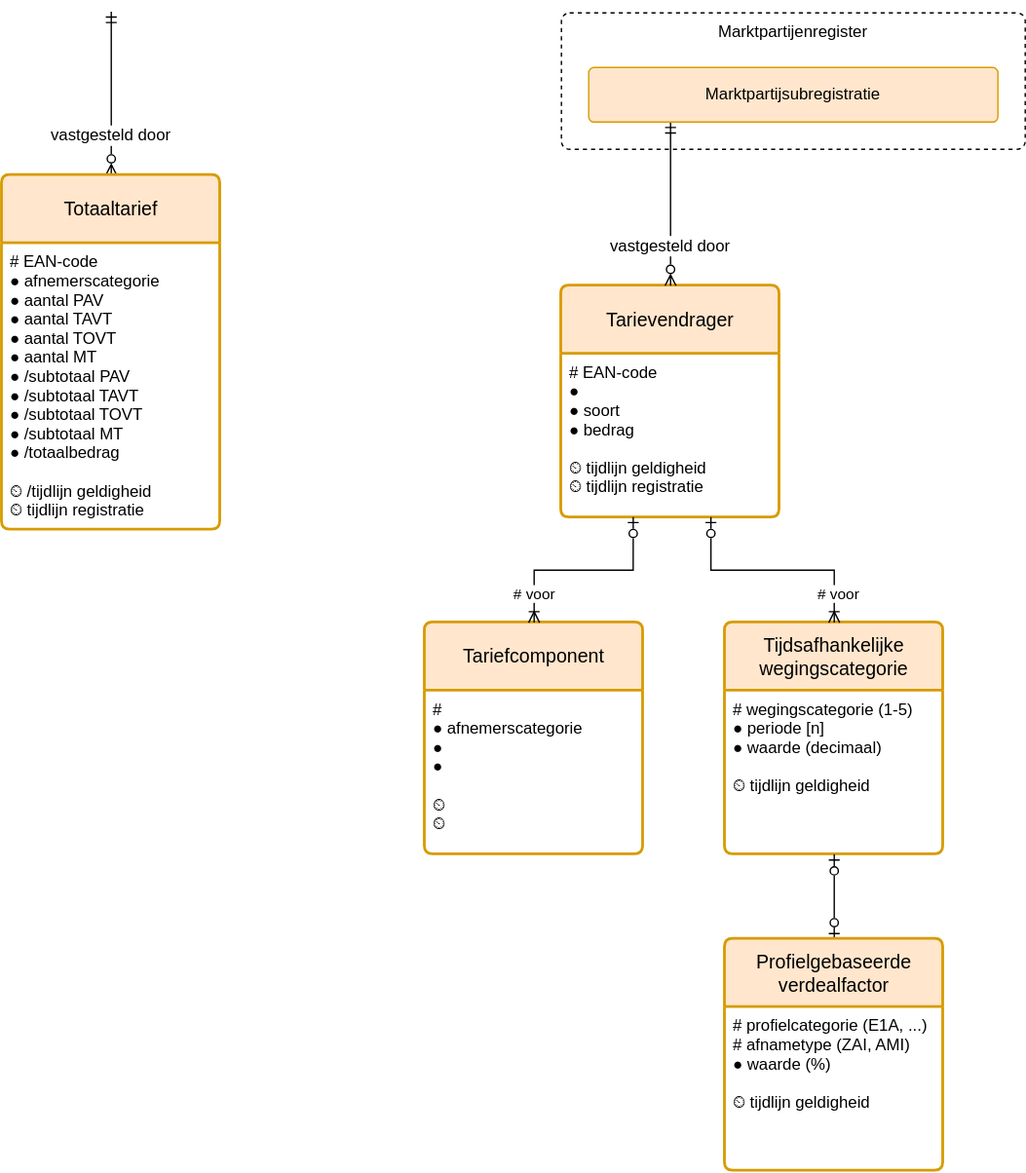
Netbeheer-Nederland/stelsel keeps this draw.io diagram as registers/tarievenregister/1.0/tarievenregister.drawio.svg. Above is the earlier version. Source tidied: cells renumbered, new cells last; positions are measured from the earlier drawing's top-left corner, leaving out a move shared by most shapes.
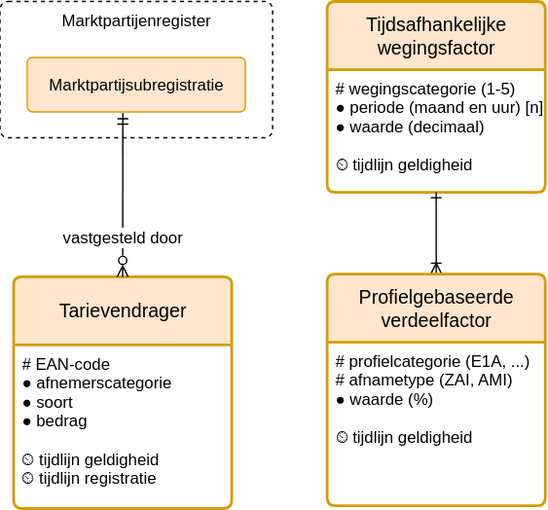
Later version of the same file.

Diff of the diagram source:
```diff
@@ -3,62 +3,33 @@
     <mxCell id="0" />
     <mxCell id="1" parent="0" />
     <mxCell id="2" value="Marktpartijenregister" style="rounded=1;whiteSpace=wrap;verticalAlign=top;sketch=0;fontSize=12;dashed=1;arcSize=12;absoluteArcSize=1;" parent="1" vertex="1">
-      <mxGeometry x="410" y="1" width="340" height="100" as="geometry" />
+      <mxGeometry x="410" width="200" height="100" as="geometry" />
     </mxCell>
-    <mxCell id="3" value="vastgesteld door" style="fontSize=12;endArrow=ERmandOne;startArrow=ERzeroToMany;rounded=0;startFill=0;endFill=0;verticalAlign=middle;strokeColor=default;labelBackgroundColor=default;fontColor=default;align=center;edgeStyle=elbowEdgeStyle;exitX=0.5;exitY=0;exitDx=0;exitDy=0;" parent="1" edge="1" source="6">
-      <mxGeometry x="-0.5" relative="1" as="geometry">
-        <mxPoint x="80" as="targetPoint" />
-      </mxGeometry>
-    </mxCell>
     <mxCell id="4" value="Tarievendrager" style="swimlane;horizontal=1;startSize=50;rounded=1;fontSize=14;fontStyle=0;strokeWidth=2;shadow=0;dashed=0;align=center;fillColor=#ffe6cc;strokeColor=#d79b00;arcSize=4;whiteSpace=wrap;" parent="1" vertex="1">
-      <mxGeometry x="410" y="201" width="160" height="170" as="geometry" />
+      <mxGeometry x="420" y="202" width="160" height="170" as="geometry" />
     </mxCell>
-    <mxCell id="5" value="# EAN-code&#10;● &#10;● soort&#10;● bedrag&#10;&#10;⏲ tijdlijn geldigheid&#10;⏲ tijdlijn registratie" style="align=left;strokeColor=none;fillColor=none;spacingLeft=4;fontSize=12;verticalAlign=top;" parent="4" vertex="1">
+    <mxCell id="5" value="# EAN-code&#10;● afnemerscategorie&#10;● soort&#10;● bedrag&#10;&#10;⏲ tijdlijn geldigheid&#10;⏲ tijdlijn registratie" style="align=left;strokeColor=none;fillColor=none;spacingLeft=4;fontSize=12;verticalAlign=top;" parent="4" vertex="1">
       <mxGeometry y="50" width="160" height="120" as="geometry" />
     </mxCell>
-    <mxCell id="6" value="Totaaltarief" style="swimlane;horizontal=1;startSize=50;rounded=1;fontSize=14;fontStyle=0;strokeWidth=2;shadow=0;dashed=0;align=center;fillColor=#ffe6cc;strokeColor=#d79b00;arcSize=4;whiteSpace=wrap;" parent="1" vertex="1">
-      <mxGeometry y="120" width="160" height="260" as="geometry" />
-    </mxCell>
-    <mxCell id="7" value="# EAN-code&#10;● afnemerscategorie&#10;● aantal PAV&#10;● aantal TAVT&#10;● aantal TOVT&#10;● aantal MT&#10;● /subtotaal PAV&#10;● /subtotaal TAVT&#10;● /subtotaal TOVT&#10;● /subtotaal MT&#10;● /totaalbedrag&#10;&#10;⏲ /tijdlijn geldigheid&#10;⏲ tijdlijn registratie" style="align=left;strokeColor=none;fillColor=none;spacingLeft=4;fontSize=12;verticalAlign=top;" parent="6" vertex="1">
-      <mxGeometry y="50" width="160" height="210" as="geometry" />
-    </mxCell>
-    <mxCell id="8" value="vastgesteld door" style="fontSize=12;endArrow=ERmandOne;startArrow=ERzeroToMany;rounded=0;startFill=0;endFill=0;verticalAlign=middle;strokeColor=default;labelBackgroundColor=default;fontColor=default;align=center;edgeStyle=elbowEdgeStyle;exitX=0.5;exitY=0;exitDx=0;exitDy=0;" parent="1" edge="1" source="4" target="9">
-      <mxGeometry x="-0.5" relative="1" as="geometry" />
+    <mxCell id="8" value="vastgesteld door" style="fontSize=12;endArrow=ERmandOne;startArrow=ERzeroToMany;rounded=0;startFill=0;endFill=0;verticalAlign=middle;strokeColor=default;labelBackgroundColor=default;fontColor=default;align=center;edgeStyle=elbowEdgeStyle;exitX=0.5;exitY=0;exitDx=0;exitDy=0;" parent="1" edge="1" source="4">
+      <mxGeometry x="-0.5" relative="1" as="geometry">
+        <mxPoint x="500" y="82" as="targetPoint" />
+      </mxGeometry>
     </mxCell>
     <mxCell id="9" value="Marktpartijsubregistratie" style="rounded=1;arcSize=10;whiteSpace=wrap;align=center;fillColor=#ffe6cc;strokeColor=#d79b00;" parent="1" vertex="1">
-      <mxGeometry x="430" y="41" width="300" height="40" as="geometry" />
+      <mxGeometry x="430" y="41" width="160" height="40" as="geometry" />
     </mxCell>
-    <mxCell id="10" value="Tariefcomponent" style="swimlane;horizontal=1;startSize=50;rounded=1;fontSize=14;fontStyle=0;strokeWidth=2;shadow=0;dashed=0;align=center;fillColor=#ffe6cc;strokeColor=#d79b00;arcSize=4;whiteSpace=wrap;" parent="1" vertex="1">
-      <mxGeometry x="310" y="448" width="160" height="170" as="geometry" />
-    </mxCell>
-    <mxCell id="11" value="# &#10;● afnemerscategorie&#10;● &#10;● &#10;&#10;⏲&#10;⏲" style="align=left;strokeColor=none;fillColor=none;spacingLeft=4;fontSize=12;verticalAlign=top;" parent="10" vertex="1">
-      <mxGeometry y="50" width="160" height="120" as="geometry" />
-    </mxCell>
-    <mxCell id="12" value="Tijdsafhankelijke wegingscategorie" style="swimlane;horizontal=1;startSize=50;rounded=1;fontSize=14;fontStyle=0;strokeWidth=2;shadow=0;dashed=0;align=center;fillColor=#ffe6cc;strokeColor=#d79b00;arcSize=4;whiteSpace=wrap;" parent="1" vertex="1">
-      <mxGeometry x="530" y="448" width="160" height="170" as="geometry" />
+    <mxCell id="12" value="Tijdsafhankelijke wegingsfactor" style="swimlane;horizontal=1;startSize=50;rounded=1;fontSize=14;fontStyle=0;strokeWidth=2;shadow=0;dashed=0;align=center;fillColor=#ffe6cc;strokeColor=#d79b00;arcSize=4;whiteSpace=wrap;" parent="1" vertex="1">
+      <mxGeometry x="650" width="160" height="140" as="geometry" />
     </mxCell>
-    <mxCell id="13" value="# wegingscategorie (1-5)&#10;● periode [n]&#10;● waarde (decimaal)&#10;&#10;⏲ tijdlijn geldigheid&#10;" style="align=left;strokeColor=none;fillColor=none;spacingLeft=4;fontSize=12;verticalAlign=top;" parent="12" vertex="1">
-      <mxGeometry y="50" width="160" height="120" as="geometry" />
+    <mxCell id="13" value="# wegingscategorie (1-5)&#10;● periode (maand en uur) [n]&#10;● waarde (decimaal)&#10;&#10;⏲ tijdlijn geldigheid&#10;" style="align=left;strokeColor=none;fillColor=none;spacingLeft=4;fontSize=12;verticalAlign=top;" parent="12" vertex="1">
+      <mxGeometry y="50" width="160" height="90" as="geometry" />
     </mxCell>
-    <mxCell id="14" style="edgeStyle=orthogonalEdgeStyle;rounded=0;jettySize=auto;html=1;entryX=0.685;entryY=0.997;entryDx=0;entryDy=0;entryPerimeter=0;endArrow=ERzeroToOne;endFill=0;startArrow=ERoneToMany;startFill=0;" parent="1" edge="1" source="12" target="5">
-      <mxGeometry relative="1" as="geometry" />
-    </mxCell>
-    <mxCell id="15" value="# voor" style="edgeLabel;html=1;align=center;verticalAlign=middle;" parent="14" vertex="1">
-      <mxGeometry x="-0.81" y="-2" relative="1" as="geometry">
-        <mxPoint y="-6" as="offset" />
-      </mxGeometry>
-    </mxCell>
-    <mxCell id="16" style="edgeStyle=orthogonalEdgeStyle;rounded=0;jettySize=auto;html=1;entryX=0.329;entryY=0.997;entryDx=0;entryDy=0;entryPerimeter=0;endArrow=ERzeroToOne;endFill=0;startArrow=ERoneToMany;startFill=0;" parent="1" edge="1" source="10" target="5">
-      <mxGeometry relative="1" as="geometry" />
-    </mxCell>
-    <mxCell id="17" value="# voor" style="edgeLabel;html=1;align=center;verticalAlign=middle;" parent="16" vertex="1">
-      <mxGeometry x="-0.71" y="1" relative="1" as="geometry" />
-    </mxCell>
-    <mxCell id="18" style="edgeStyle=orthogonalEdgeStyle;rounded=0;jettySize=auto;html=1;entryX=0.5;entryY=1;entryDx=0;entryDy=0;endArrow=ERzeroToOne;endFill=0;startArrow=ERzeroToOne;startFill=0;" parent="1" edge="1" source="19" target="13">
+    <mxCell id="18" style="edgeStyle=orthogonalEdgeStyle;rounded=0;jettySize=auto;html=1;entryX=0.5;entryY=1;entryDx=0;entryDy=0;endArrow=ERone;endFill=0;startArrow=ERoneToMany;startFill=0;" parent="1" edge="1" source="19" target="13">
       <mxGeometry relative="1" as="geometry" />
     </mxCell>
-    <mxCell id="19" value="Profielgebaseerde verdealfactor" style="swimlane;horizontal=1;startSize=50;rounded=1;fontSize=14;fontStyle=0;strokeWidth=2;shadow=0;dashed=0;align=center;fillColor=#ffe6cc;strokeColor=#d79b00;arcSize=4;whiteSpace=wrap;" parent="1" vertex="1">
-      <mxGeometry x="530" y="680" width="160" height="170" as="geometry" />
+    <mxCell id="19" value="Profielgebaseerde verdeelfactor" style="swimlane;horizontal=1;startSize=50;rounded=1;fontSize=14;fontStyle=0;strokeWidth=2;shadow=0;dashed=0;align=center;fillColor=#ffe6cc;strokeColor=#d79b00;arcSize=4;whiteSpace=wrap;" parent="1" vertex="1">
+      <mxGeometry x="650" y="200" width="160" height="170" as="geometry" />
     </mxCell>
     <mxCell id="20" value="# profielcategorie (E1A, ...)&#10;# afnametype (ZAI, AMI)&#10;● waarde (%)&#10;&#10;⏲ tijdlijn geldigheid&#10;" style="align=left;strokeColor=none;fillColor=none;spacingLeft=4;fontSize=12;verticalAlign=top;" parent="19" vertex="1">
       <mxGeometry y="50" width="160" height="120" as="geometry" />
```
